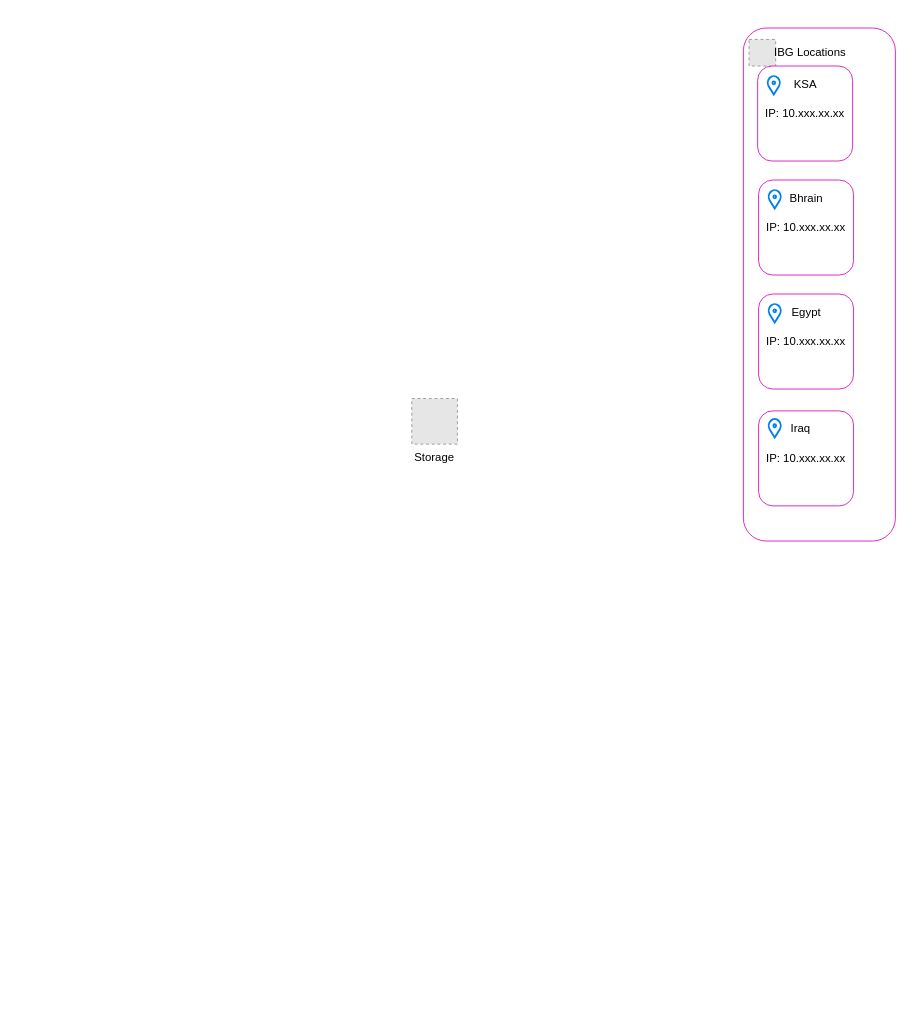
kumarpichandi05/Selenium keeps this draw.io diagram as Untitled Diagram.drawio. Above is the earlier version. Source tidied: cells renumbered, new cells numbered last; positions are measured from the earlier drawing's top-left corner, leaving out a move shared by most shapes. Both pictures are drawn from the tidied source at 95%, with x=0, y=0 at pixel (411, 28). Pictures stored in the file or linked from it are replaced by grey dashed boxes.
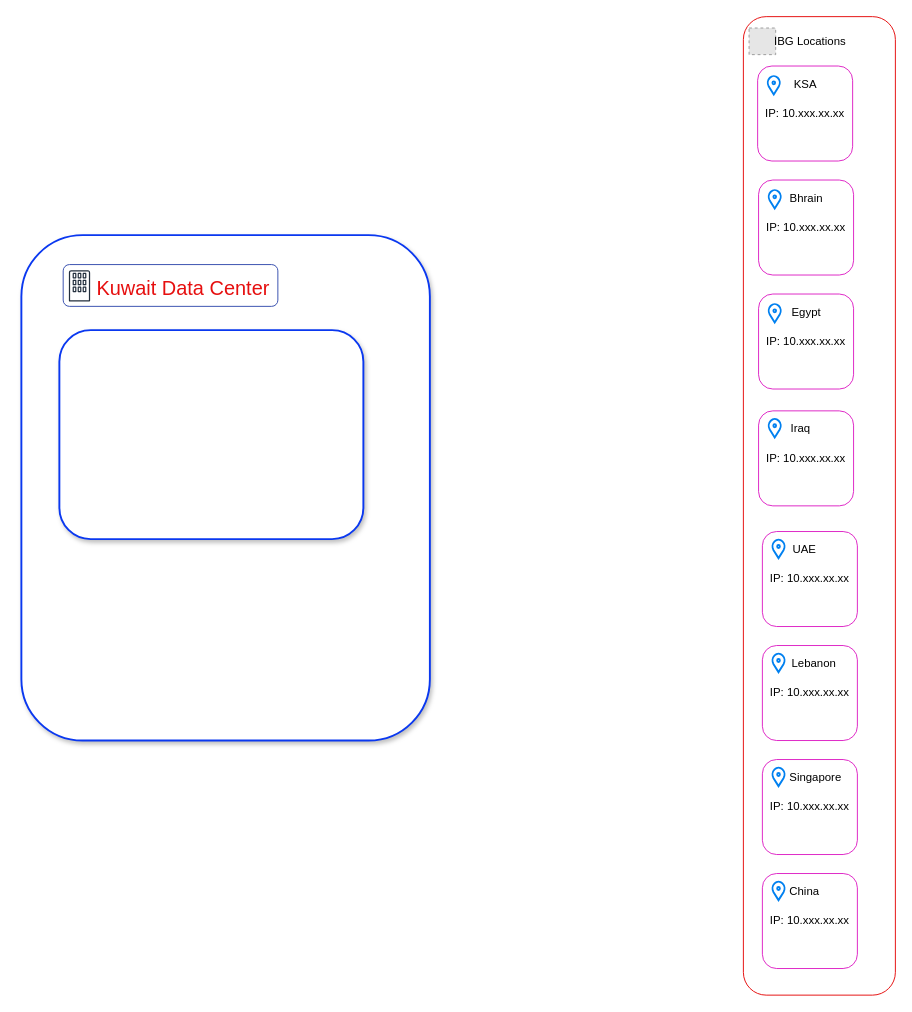
After the change.

What changed in the source:
```diff
@@
-    <mxCell id="2" value="Storage" style="fillColor=#E6E6E6;strokeColor=#999999;dashed=1;verticalLabelPosition=bottom;verticalAlign=top;labelBackgroundColor=#ffffff;" parent="1" vertex="1">
-      <mxGeometry y="390" width="48" height="48" as="geometry" />
-    </mxCell>
-    <mxCell id="3" style="whiteSpace=wrap;html=1;rounded=1;strokeColor=light-dark(#de21c5, #ededed);" parent="1" vertex="1">
-      <mxGeometry x="349" width="160" height="540" as="geometry" />
+    <mxCell id="3" style="whiteSpace=wrap;html=1;rounded=1;strokeColor=light-dark(#e50b0b, #ededed);" parent="1" vertex="1">
+      <mxGeometry x="349" y="-12" width="160" height="1030" as="geometry" />
     </mxCell>
     <mxCell id="4" style="fillColor=#E6E6E6;strokeColor=#999999;dashed=1;html=1;verticalAlign=top;verticalLabelPosition=bottom;labelBackgroundColor=#ffffff;" parent="1" vertex="1">
-      <mxGeometry x="355" y="12" width="28" height="28" as="geometry" />
+      <mxGeometry x="355" width="28" height="28" as="geometry" />
     </mxCell>
     <mxCell id="5" value="IBG Locations" style="text;html=1;align=center;verticalAlign=middle;strokeColor=none;fillColor=none;" parent="1" vertex="1">
-      <mxGeometry x="369" y="11" width="100" height="30" as="geometry" />
+      <mxGeometry x="369" y="-1" width="100" height="30" as="geometry" />
     </mxCell>
@@
+    <mxCell id="22" style="group;" parent="1" vertex="1">
+      <mxGeometry x="369" y="530" width="100" height="100" as="geometry" />
+    </mxCell>
+    <mxCell id="23" value="&lt;div&gt;IP: 10.xxx.xx.xx&lt;/div&gt;" style="whiteSpace=wrap;html=1;rounded=1;strokeColor=light-dark(#de21c5, #ededed);" parent="22" vertex="1">
+      <mxGeometry width="100" height="100" as="geometry" />
+    </mxCell>
+    <mxCell id="24" style="html=1;verticalLabelPosition=bottom;align=center;labelBackgroundColor=#ffffff;verticalAlign=top;strokeWidth=2;strokeColor=#0080F0;shadow=0;dashed=0;shape=mxgraph.ios7.icons.location;" parent="22" vertex="1">
+      <mxGeometry x="10" y="8" width="14" height="20" as="geometry" />
+    </mxCell>
+    <mxCell id="25" value="UAE" style="text;html=1;align=center;verticalAlign=middle;strokeColor=none;fillColor=none;" parent="22" vertex="1">
+      <mxGeometry x="19" y="4" width="50" height="30" as="geometry" />
+    </mxCell>
+    <mxCell id="26" style="group;" parent="1" vertex="1">
+      <mxGeometry x="369" y="650" width="100" height="100" as="geometry" />
+    </mxCell>
+    <mxCell id="27" value="&lt;div&gt;IP: 10.xxx.xx.xx&lt;/div&gt;" style="whiteSpace=wrap;html=1;rounded=1;strokeColor=light-dark(#de21c5, #ededed);" parent="26" vertex="1">
+      <mxGeometry width="100" height="100" as="geometry" />
+    </mxCell>
+    <mxCell id="28" style="html=1;verticalLabelPosition=bottom;align=center;labelBackgroundColor=#ffffff;verticalAlign=top;strokeWidth=2;strokeColor=#0080F0;shadow=0;dashed=0;shape=mxgraph.ios7.icons.location;" parent="26" vertex="1">
+      <mxGeometry x="10" y="8" width="14" height="20" as="geometry" />
+    </mxCell>
+    <mxCell id="29" value="&amp;nbsp; &amp;nbsp; &amp;nbsp; Lebanon" style="text;html=1;align=center;verticalAlign=middle;strokeColor=none;fillColor=none;" parent="26" vertex="1">
+      <mxGeometry x="-1" y="4" width="90" height="30" as="geometry" />
+    </mxCell>
+    <mxCell id="30" style="group;" parent="1" vertex="1">
+      <mxGeometry x="369" y="770" width="100" height="100" as="geometry" />
+    </mxCell>
+    <mxCell id="31" value="&lt;div&gt;IP: 10.xxx.xx.xx&lt;/div&gt;" style="whiteSpace=wrap;html=1;rounded=1;strokeColor=light-dark(#de21c5, #ededed);" parent="30" vertex="1">
+      <mxGeometry width="100" height="100" as="geometry" />
+    </mxCell>
+    <mxCell id="32" style="html=1;verticalLabelPosition=bottom;align=center;labelBackgroundColor=#ffffff;verticalAlign=top;strokeWidth=2;strokeColor=#0080F0;shadow=0;dashed=0;shape=mxgraph.ios7.icons.location;" parent="30" vertex="1">
+      <mxGeometry x="10" y="8" width="14" height="20" as="geometry" />
+    </mxCell>
+    <mxCell id="33" value="&amp;nbsp; &amp;nbsp; &amp;nbsp; &amp;nbsp;Singapore" style="text;html=1;align=center;verticalAlign=middle;strokeColor=none;fillColor=none;" parent="30" vertex="1">
+      <mxGeometry x="-6" y="4" width="100" height="30" as="geometry" />
+    </mxCell>
+    <mxCell id="34" style="group;" parent="1" vertex="1">
+      <mxGeometry x="369" y="890" width="100" height="100" as="geometry" />
+    </mxCell>
+    <mxCell id="35" value="&lt;div&gt;IP: 10.xxx.xx.xx&lt;/div&gt;" style="whiteSpace=wrap;html=1;rounded=1;strokeColor=light-dark(#de21c5, #ededed);" parent="34" vertex="1">
+      <mxGeometry width="100" height="100" as="geometry" />
+    </mxCell>
+    <mxCell id="36" style="html=1;verticalLabelPosition=bottom;align=center;labelBackgroundColor=#ffffff;verticalAlign=top;strokeWidth=2;strokeColor=#0080F0;shadow=0;dashed=0;shape=mxgraph.ios7.icons.location;" parent="34" vertex="1">
+      <mxGeometry x="10" y="8" width="14" height="20" as="geometry" />
+    </mxCell>
+    <mxCell id="37" value="China" style="text;html=1;align=center;verticalAlign=middle;strokeColor=none;fillColor=none;" parent="34" vertex="1">
+      <mxGeometry x="19" y="4" width="50" height="30" as="geometry" />
+    </mxCell>
+    <mxCell id="38" style="whiteSpace=wrap;html=1;strokeColor=light-dark(#0a38f0, #ededed);gradientColor=none;rounded=1;shadow=1;strokeWidth=2;" parent="1" vertex="1">
+      <mxGeometry x="-411" y="218" width="430" height="532" as="geometry" />
+    </mxCell>
+    <mxCell id="39" style="whiteSpace=wrap;html=1;strokeColor=light-dark(#0a38f0, #ededed);gradientColor=none;rounded=1;shadow=1;strokeWidth=2;" parent="1" vertex="1">
+      <mxGeometry x="-371" y="318" width="320" height="220" as="geometry" />
+    </mxCell>
+    <mxCell id="40" value="&lt;font style=&quot;font-size: 21px; color: light-dark(rgb(230, 15, 15), rgb(237, 237, 237));&quot;&gt;Kuwait Data Center&lt;/font&gt;" style="text;html=1;align=center;verticalAlign=middle;strokeColor=none;fillColor=default;" parent="1" vertex="1">
+      <mxGeometry x="-346" y="254" width="210" height="40" as="geometry" />
+    </mxCell>
+    <mxCell id="41" style="whiteSpace=wrap;html=1;fillColor=none;rounded=1;strokeColor=light-dark(#344cad, #ededed);" parent="1" vertex="1">
+      <mxGeometry x="-367" y="249" width="226" height="44" as="geometry" />
+    </mxCell>
+    <mxCell id="42" style="sketch=0;fontColor=#232F3E;gradientColor=none;fillColor=#232F3D;strokeColor=none;dashed=0;verticalLabelPosition=bottom;verticalAlign=top;align=center;html=1;fontSize=12;fontStyle=0;shape=mxgraph.aws4.corporate_data_center;" parent="1" vertex="1">
+      <mxGeometry x="-361" y="255" width="22.4" height="33" as="geometry" />
+    </mxCell>
```
